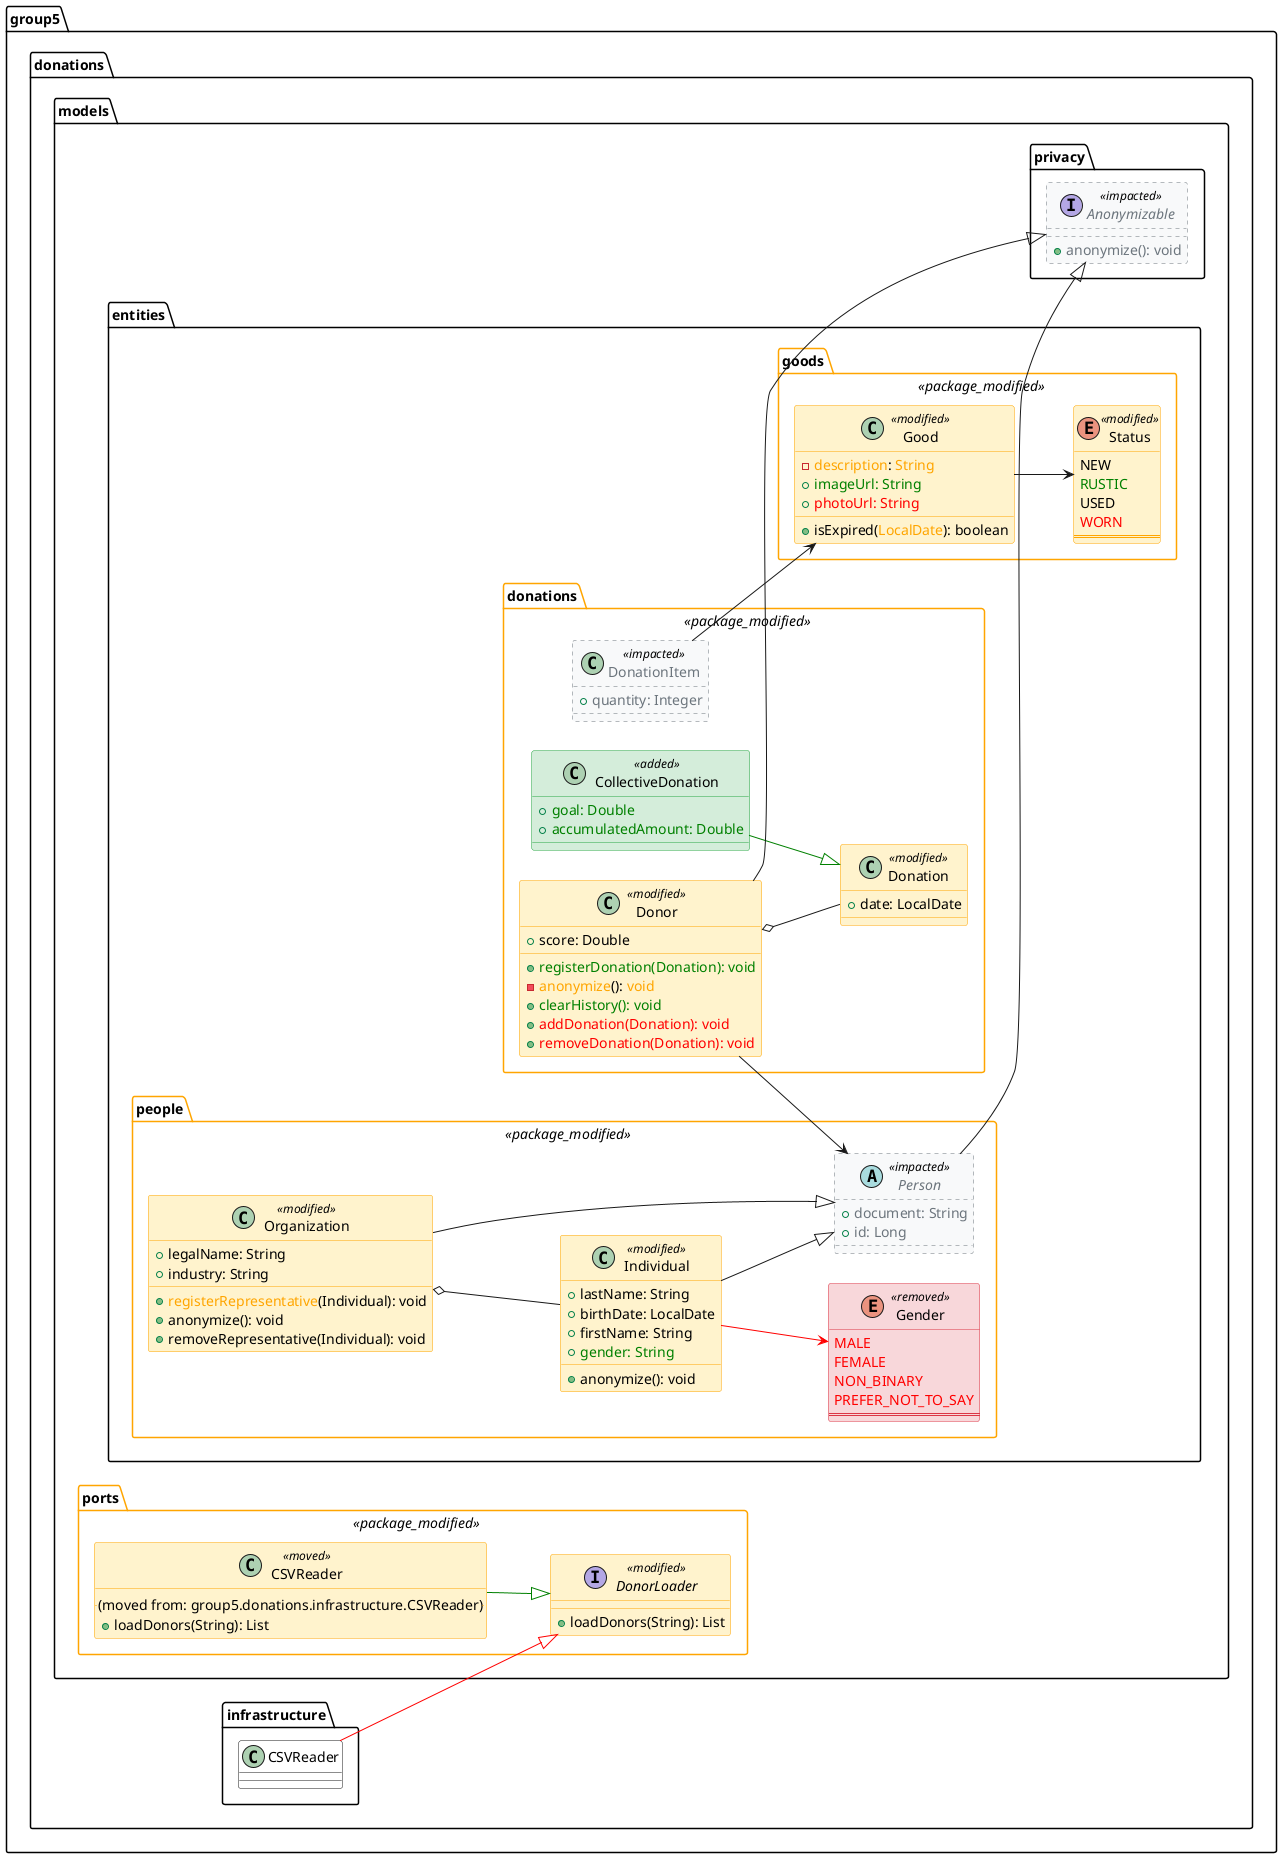
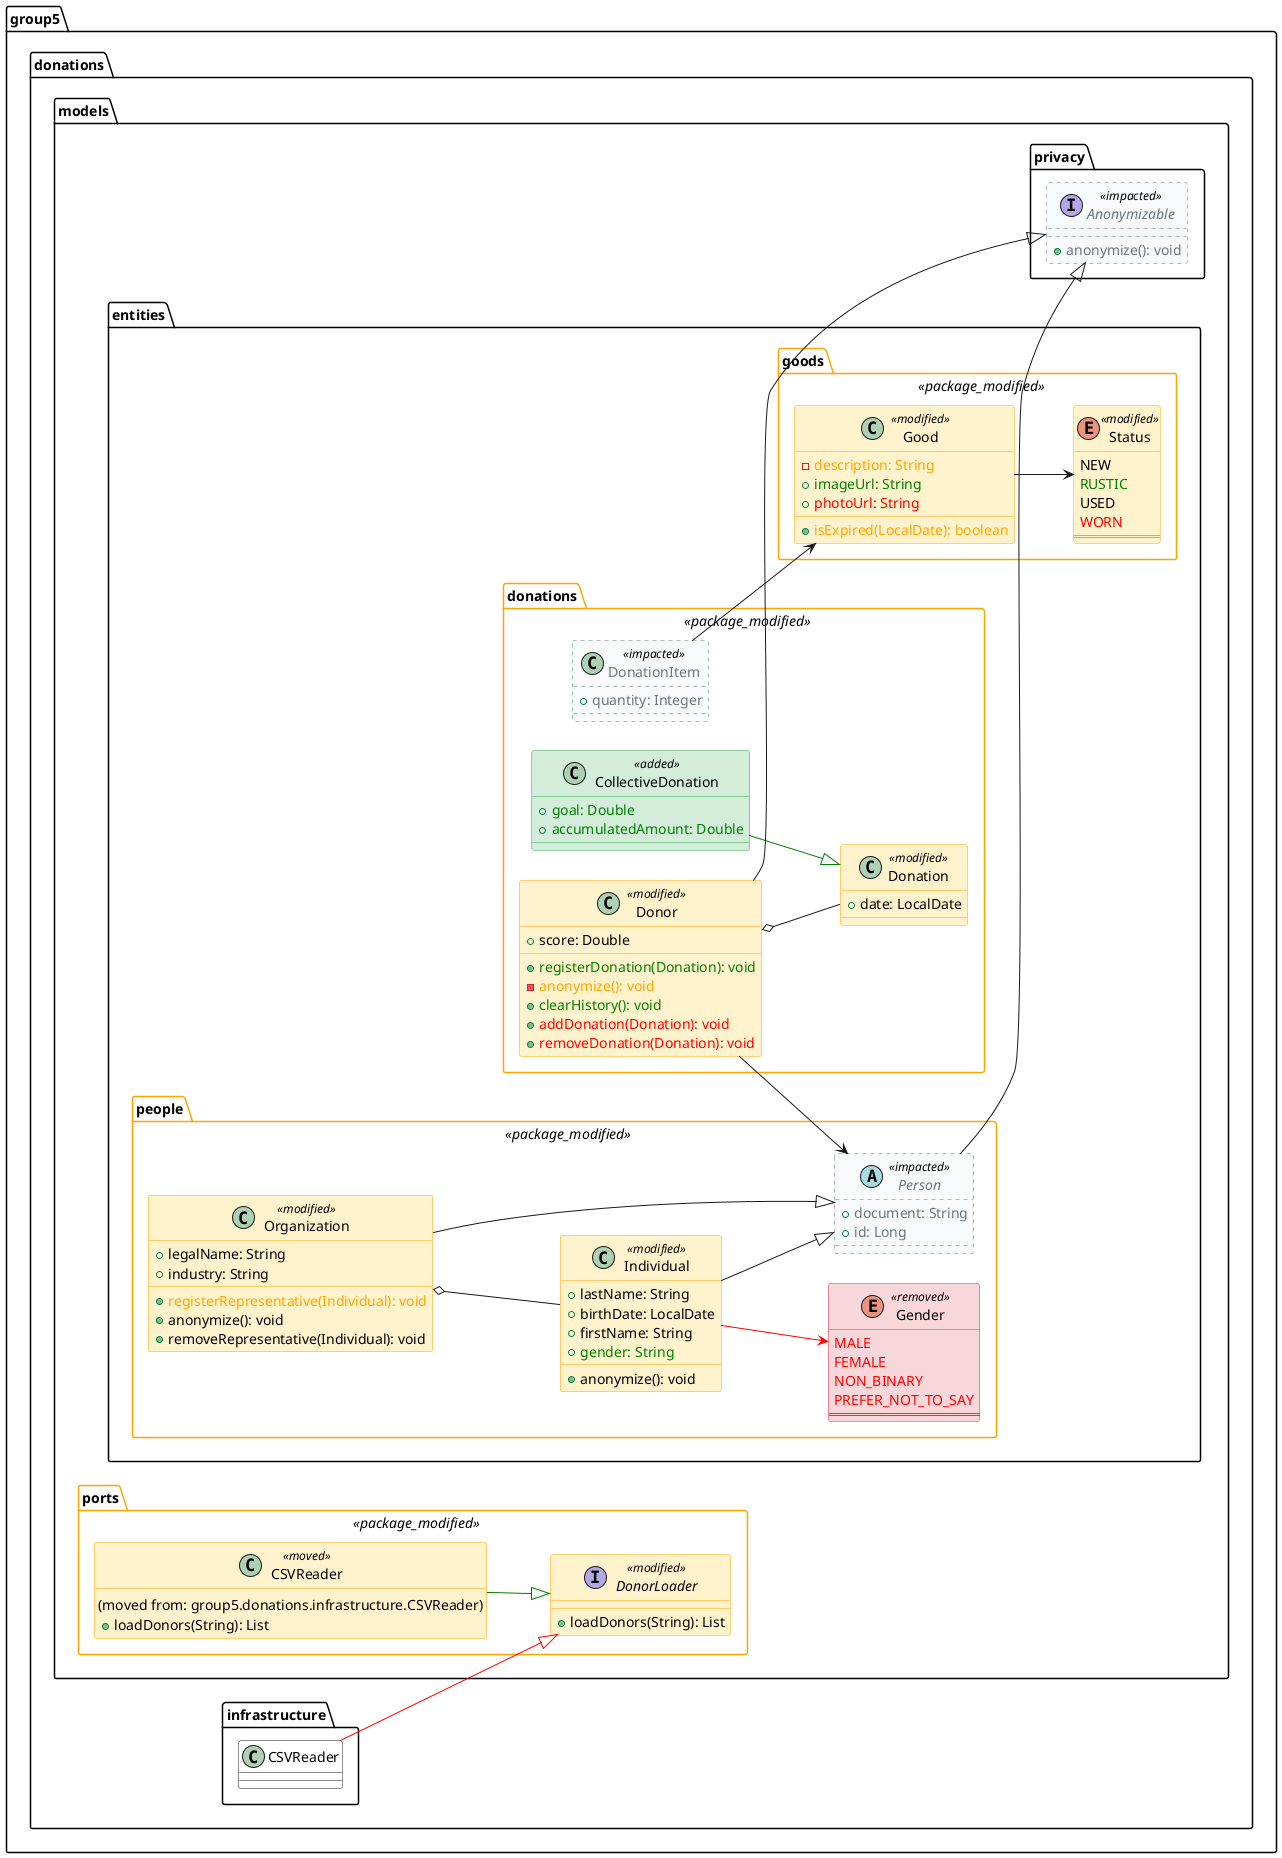
@startuml
left to right direction
skinparam linetype poly
skinparam nodesep 30
skinparam ranksep 30
skinparam packagePadding 8

<style>
  classDiagram {
    class {
      BackgroundColor transparent
      HeaderBackgroundColor transparent
      Shadowing 0
      FontName Arial
    }
    .added {
      BackgroundColor #D4EDDA
      LineColor #28A745
    }
    .removed {
      BackgroundColor #F8D7DA
      LineColor #DC3545
    }
    .modified {
      BackgroundColor #FFF3CD
      LineColor #FFA500
    }
    .moved {
      BackgroundColor #FFF3CD
      LineColor #FFA500
    }
    .impacted {
      BackgroundColor #F8F9FA
      LineColor #6C757D
      LineStyle 4
      FontColor #6C757D
    }
    .package_added {
      BackgroundColor #E8F5E9
      LineColor #28A745
    }
    .package_removed {
      BackgroundColor #FFEBEE
      LineColor #DC3545
    }
    .package_modified {
      BackgroundColor transparent
      LineColor #FFA500
    }
  }
</style>

package "group5.donations.models.entities.donations" <<package_modified>> {
class "CollectiveDonation" as group5.donations.models.entities.donations.CollectiveDonation <<added>> {
  + <color:green>goal: Double</color>
  + <color:green>accumulatedAmount: Double</color>
}
class "Donation" as group5.donations.models.entities.donations.Donation <<modified>> {
  + date: LocalDate
}
class "DonationItem" as group5.donations.models.entities.donations.DonationItem <<impacted>> {
  + quantity: Integer
}
class "Donor" as group5.donations.models.entities.donations.Donor <<modified>> {
  + score: Double
  + <color:green>registerDonation(Donation): void</color>
-   - <color:orange>anonymize</color>(): <color:orange>void</color>
+   - <color:orange>anonymize(): void</color>
  + <color:green>clearHistory(): void</color>
  + <color:red>addDonation(Donation): void</color>
  + <color:red>removeDonation(Donation): void</color>
}
}

package "group5.donations.models.entities.goods" <<package_modified>> {
class "Good" as group5.donations.models.entities.goods.Good <<modified>> {
-   - <color:orange>description</color>: <color:orange>String</color>
+   - <color:orange>description: String</color>
  + <color:green>imageUrl: String</color>
  + <color:red>photoUrl: String</color>
-   + isExpired(<color:orange>LocalDate</color>): boolean
+   + <color:orange>isExpired(LocalDate): boolean</color>
}
enum "Status" as group5.donations.models.entities.goods.Status <<modified>> {
  NEW
  <color:green>RUSTIC</color>
  USED
  <color:red>WORN</color>
  ==
}
}

package "group5.donations.models.entities.people" <<package_modified>> {
enum "Gender" as group5.donations.models.entities.people.Gender <<removed>> {
  <color:red>MALE</color>
  <color:red>FEMALE</color>
  <color:red>NON_BINARY</color>
  <color:red>PREFER_NOT_TO_SAY</color>
  ==
}
class "Individual" as group5.donations.models.entities.people.Individual <<modified>> {
  + lastName: String
  + birthDate: LocalDate
  + firstName: String
  + <color:green>gender: String</color>
  + anonymize(): void
}
class "Organization" as group5.donations.models.entities.people.Organization <<modified>> {
  + legalName: String
  + industry: String
-   + <color:orange>registerRepresentative</color>(Individual): void
+   + <color:orange>registerRepresentative(Individual): void</color>
  + anonymize(): void
  + removeRepresentative(Individual): void
}
abstract class "Person" as group5.donations.models.entities.people.Person <<impacted>> {
  + document: String
  + id: Long
}
}

package "group5.donations.models.ports" <<package_modified>> {
class "CSVReader" as group5.donations.models.ports.CSVReader <<moved>> {
  .. (moved from: group5.donations.infrastructure.CSVReader) ..
  + loadDonors(String): List
}
interface "DonorLoader" as group5.donations.models.ports.DonorLoader <<modified>> {
  + loadDonors(String): List
}
}

package "group5.donations.models.privacy" {
interface "Anonymizable" as group5.donations.models.privacy.Anonymizable <<impacted>> {
  + anonymize(): void
}
}

group5.donations.infrastructure.CSVReader -[#red]-|> group5.donations.models.ports.DonorLoader
group5.donations.models.entities.donations.CollectiveDonation -[#green]-|> group5.donations.models.entities.donations.Donation
group5.donations.models.entities.donations.DonationItem --> group5.donations.models.entities.goods.Good
group5.donations.models.entities.donations.Donor o-- group5.donations.models.entities.donations.Donation
group5.donations.models.entities.donations.Donor --> group5.donations.models.entities.people.Person
group5.donations.models.entities.donations.Donor --|> group5.donations.models.privacy.Anonymizable
group5.donations.models.entities.goods.Good --> group5.donations.models.entities.goods.Status
group5.donations.models.entities.people.Individual -[#red]-> group5.donations.models.entities.people.Gender
group5.donations.models.entities.people.Individual --|> group5.donations.models.entities.people.Person
group5.donations.models.entities.people.Organization o-- group5.donations.models.entities.people.Individual
group5.donations.models.entities.people.Organization --|> group5.donations.models.entities.people.Person
group5.donations.models.entities.people.Person --|> group5.donations.models.privacy.Anonymizable
group5.donations.models.ports.CSVReader -[#green]-|> group5.donations.models.ports.DonorLoader
@enduml